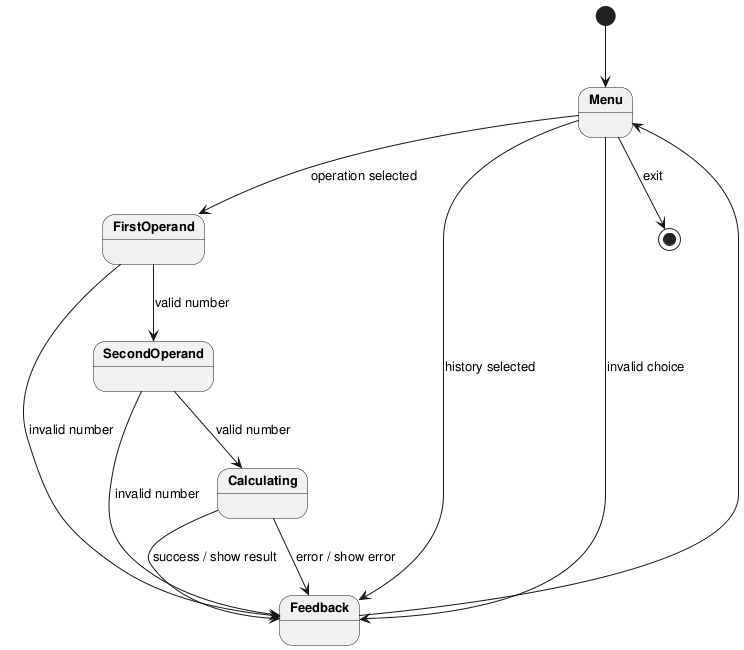
This is experiments/supervisor_as_tools/user_stories/calculator/artifacts/state_diagram_interactive.png from DanielRiha8906/Software_autoevolution_using_agents, a PlantUML export, as it was before one commit. Its diagram source:
```plantuml
@startuml

skinparam defaultFontSize 13
skinparam stateFontStyle bold

top to bottom direction

[*] --> Menu

Menu --> FirstOperand : operation selected
Menu --> Feedback : history selected
Menu --> Feedback : invalid choice
Menu --> [*] : exit

FirstOperand --> SecondOperand : valid number
FirstOperand --> Feedback : invalid number

SecondOperand --> Calculating : valid number
SecondOperand --> Feedback : invalid number

Calculating --> Feedback : success / show result
Calculating --> Feedback : error / show error
Feedback --> Menu

@enduml
```
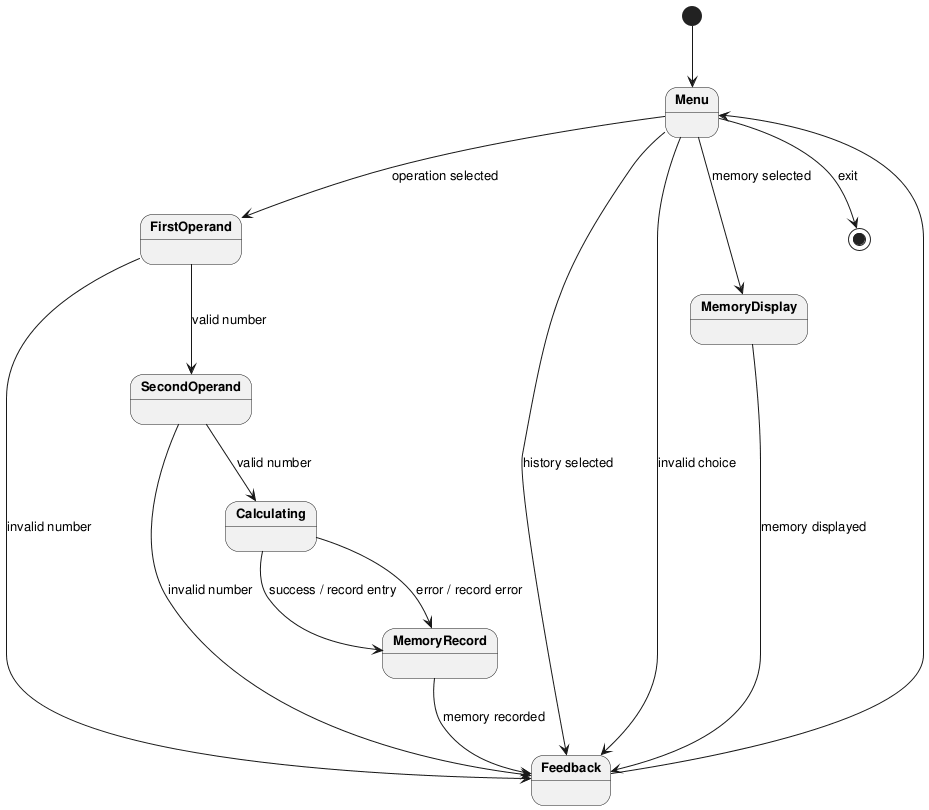
The same file after the commit.

Diff of the diagram source:
```diff
@@ -9,6 +9,7 @@
 
 Menu --> FirstOperand : operation selected
 Menu --> Feedback : history selected
+Menu --> MemoryDisplay : memory selected
 Menu --> Feedback : invalid choice
 Menu --> [*] : exit
 
@@ -18,8 +19,13 @@
 SecondOperand --> Calculating : valid number
 SecondOperand --> Feedback : invalid number
 
-Calculating --> Feedback : success / show result
-Calculating --> Feedback : error / show error
+Calculating --> MemoryRecord : success / record entry
+Calculating --> MemoryRecord : error / record error
+
+MemoryRecord --> Feedback : memory recorded
+
+MemoryDisplay --> Feedback : memory displayed
+
 Feedback --> Menu
 
 @enduml
```
